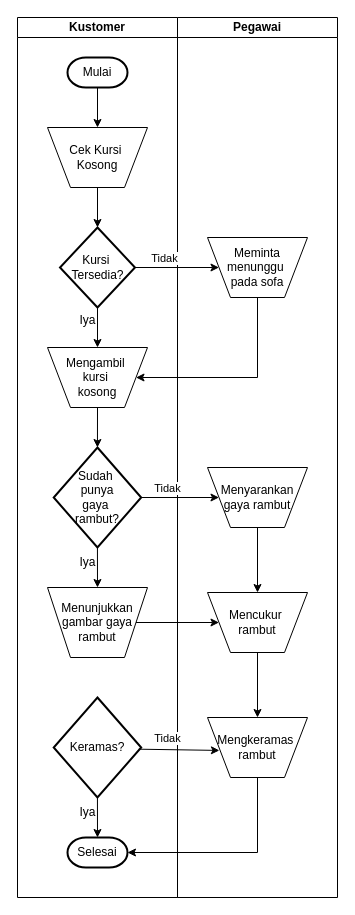
yogadwipayana/ERD keeps this draw.io diagram as Document Flow Barbershop.drawio. Above is the earlier version. Source tidied: cells renumbered, new cells numbered last; positions are measured from the earlier drawing's top-left corner, leaving out a move shared by most shapes. Both pictures are drawn from the tidied source at 100%, with x=0, y=0 at pixel (17, 17).
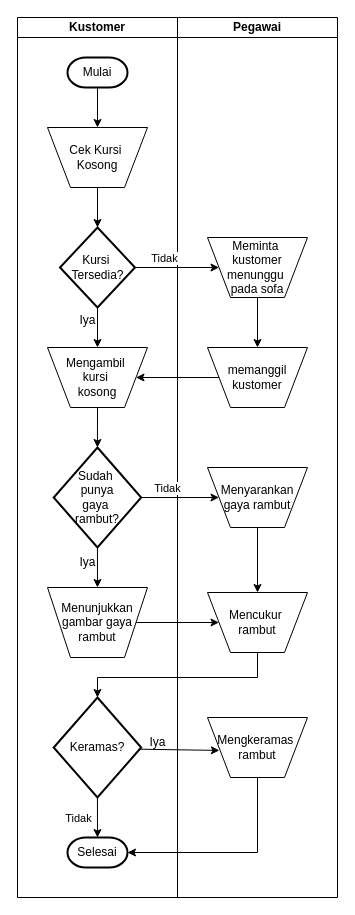
Above is the later version.

Commit message:
Proses Potong Rambut

The change refers to these unchanged cells:
```xml
<mxCell id="2" value="Kustomer" style="swimlane;startSize=20;whiteSpace=wrap;html=1;" parent="1" vertex="1">
  <mxGeometry width="160" height="880" as="geometry" />
</mxCell>
<mxCell id="10" value="Pegawai" style="swimlane;startSize=20;whiteSpace=wrap;html=1;" parent="1" vertex="1">
  <mxGeometry x="160" width="160" height="880" as="geometry" />
</mxCell>
<mxCell id="13" value="Mengkeramas&amp;nbsp;&lt;div&gt;rambut&lt;/div&gt;" style="verticalLabelPosition=middle;verticalAlign=middle;html=1;shape=trapezoid;perimeter=trapezoidPerimeter;whiteSpace=wrap;size=0.23;arcSize=10;flipV=1;labelPosition=center;align=center;" parent="10" vertex="1">
  <mxGeometry x="30" y="700" width="100" height="60" as="geometry" />
</mxCell>
<mxCell id="14" value="Mencukur&amp;nbsp;&lt;div&gt;rambut&lt;/div&gt;" style="verticalLabelPosition=middle;verticalAlign=middle;html=1;shape=trapezoid;perimeter=trapezoidPerimeter;whiteSpace=wrap;size=0.23;arcSize=10;flipV=1;labelPosition=center;align=center;" parent="10" vertex="1">
  <mxGeometry x="30" y="575" width="100" height="60" as="geometry" />
</mxCell>
<mxCell id="17" value="Mengambil&amp;nbsp;&lt;div&gt;kursi&amp;nbsp;&lt;/div&gt;&lt;div&gt;kosong&lt;/div&gt;" style="verticalLabelPosition=middle;verticalAlign=middle;html=1;shape=trapezoid;perimeter=trapezoidPerimeter;whiteSpace=wrap;size=0.23;arcSize=10;flipV=1;labelPosition=center;align=center;" parent="1" vertex="1">
  <mxGeometry x="30" y="330" width="100" height="60" as="geometry" />
</mxCell>
<mxCell id="20" value="Keramas?" style="strokeWidth=2;html=1;shape=mxgraph.flowchart.decision;whiteSpace=wrap;" parent="1" vertex="1">
  <mxGeometry x="36.2" y="680" width="87.5" height="100" as="geometry" />
</mxCell>
<mxCell id="25" style="endArrow=classic;html=1;rounded=0;exitX=1;exitY=0.5;exitDx=0;exitDy=0;exitPerimeter=0;entryX=0;entryY=0.5;entryDx=0;entryDy=0;" parent="1" edge="1" source="5" target="11">
  <mxGeometry relative="1" as="geometry" />
</mxCell>
```

The edit, as a diff of the source:
```diff
@@
     <mxCell id="9" value="Iya" style="text;html=1;align=center;verticalAlign=middle;strokeColor=none;fillColor=none;" parent="2" vertex="1">
-      <mxGeometry x="50" y="780" width="40" height="30" as="geometry" />
+      <mxGeometry x="120" y="710" width="40" height="30" as="geometry" />
     </mxCell>
@@
-    <mxCell id="11" value="Meminta menunggu&amp;nbsp;&lt;div&gt;pada sofa&lt;/div&gt;" style="verticalLabelPosition=middle;verticalAlign=middle;html=1;shape=trapezoid;perimeter=trapezoidPerimeter;whiteSpace=wrap;size=0.23;arcSize=10;flipV=1;labelPosition=center;align=center;" parent="10" vertex="1">
+    <mxCell id="11" value="Meminta&amp;nbsp;&lt;div&gt;kustomer menunggu&amp;nbsp;&lt;div&gt;pada sofa&lt;/div&gt;&lt;/div&gt;" style="verticalLabelPosition=middle;verticalAlign=middle;html=1;shape=trapezoid;perimeter=trapezoidPerimeter;whiteSpace=wrap;size=0.23;arcSize=10;flipV=1;labelPosition=center;align=center;" parent="10" vertex="1">
       <mxGeometry x="30" y="220" width="100" height="60" as="geometry" />
     </mxCell>
@@
-    <mxCell id="16" style="endArrow=classic;html=1;rounded=0;exitX=0.5;exitY=1;exitDx=0;exitDy=0;entryX=0.5;entryY=0;entryDx=0;entryDy=0;" parent="10" edge="1" source="14" target="13">
-      <mxGeometry relative="1" as="geometry" />
-    </mxCell>
+    <mxCell id="36" value="memanggil&lt;div&gt;kustomer&lt;/div&gt;" style="verticalLabelPosition=middle;verticalAlign=middle;html=1;shape=trapezoid;perimeter=trapezoidPerimeter;whiteSpace=wrap;size=0.23;arcSize=10;flipV=1;labelPosition=center;align=center;" parent="10" vertex="1">
+      <mxGeometry x="30" y="330" width="100" height="60" as="geometry" />
+    </mxCell>
+    <mxCell id="37" style="endArrow=classic;html=1;rounded=0;exitX=0.5;exitY=1;exitDx=0;exitDy=0;entryX=0.5;entryY=0;entryDx=0;entryDy=0;" parent="10" edge="1" source="11" target="36">
+      <mxGeometry relative="1" as="geometry" />
+    </mxCell>
@@
     <mxCell id="28" value="Tidak" style="edgeLabel;html=1;align=center;verticalAlign=middle;" parent="25" vertex="1">
       <mxGeometry x="-0.31" relative="1" as="geometry">
-        <mxPoint x="3" y="470" as="offset" />
+        <mxPoint x="-86" y="550" as="offset" />
       </mxGeometry>
     </mxCell>
@@
-    <mxCell id="33" style="endArrow=classic;html=1;rounded=0;exitX=0.5;exitY=1;exitDx=0;exitDy=0;entryX=1;entryY=0.5;entryDx=0;entryDy=0;" parent="1" edge="1" source="11" target="17">
-      <mxGeometry relative="1" as="geometry">
-        <Array as="points">
-          <mxPoint x="240" y="360" />
-        </Array>
-      </mxGeometry>
-    </mxCell>
@@
+    <mxCell id="16" style="endArrow=classic;html=1;rounded=0;exitX=0.5;exitY=1;exitDx=0;exitDy=0;entryX=0.5;entryY=0;entryDx=0;entryDy=0;entryPerimeter=0;" parent="1" edge="1" source="14" target="20">
+      <mxGeometry relative="1" as="geometry">
+        <Array as="points">
+          <mxPoint x="240" y="660" />
+          <mxPoint x="80" y="660" />
+        </Array>
+      </mxGeometry>
+    </mxCell>
+    <mxCell id="38" style="endArrow=classic;html=1;rounded=0;exitX=0;exitY=0.5;exitDx=0;exitDy=0;entryX=1;entryY=0.5;entryDx=0;entryDy=0;" parent="1" edge="1" source="36" target="17">
+      <mxGeometry relative="1" as="geometry" />
+    </mxCell>
```
